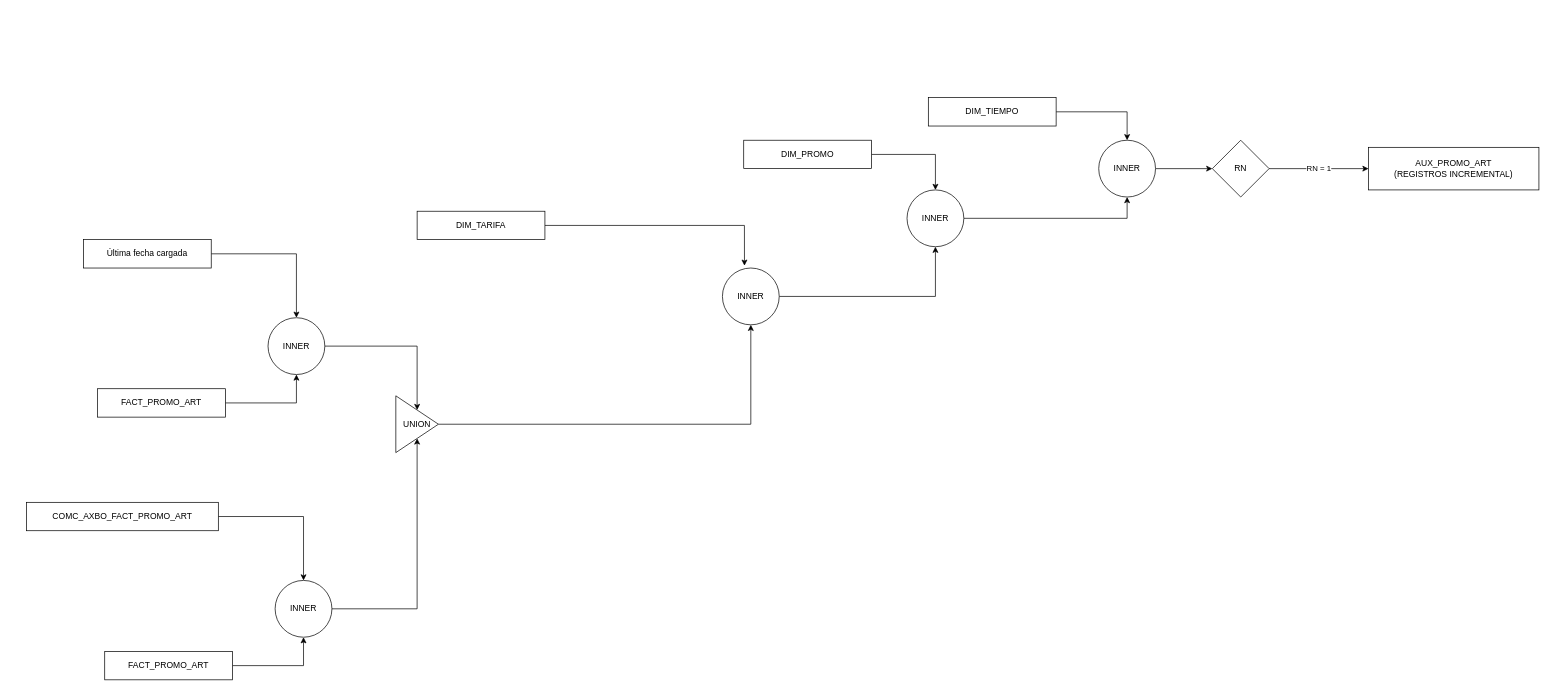
Before: AUX_PROMO_PL.drawio in efmpacheco/DIAGRAMS, a draw.io diagram. Source tidied: cells renumbered, new cells numbered last; positions are measured from the earlier drawing's top-left corner, leaving out a move shared by most shapes. Both pictures are drawn from the tidied source at 71%, with x=0, y=0 at pixel (26, 97).
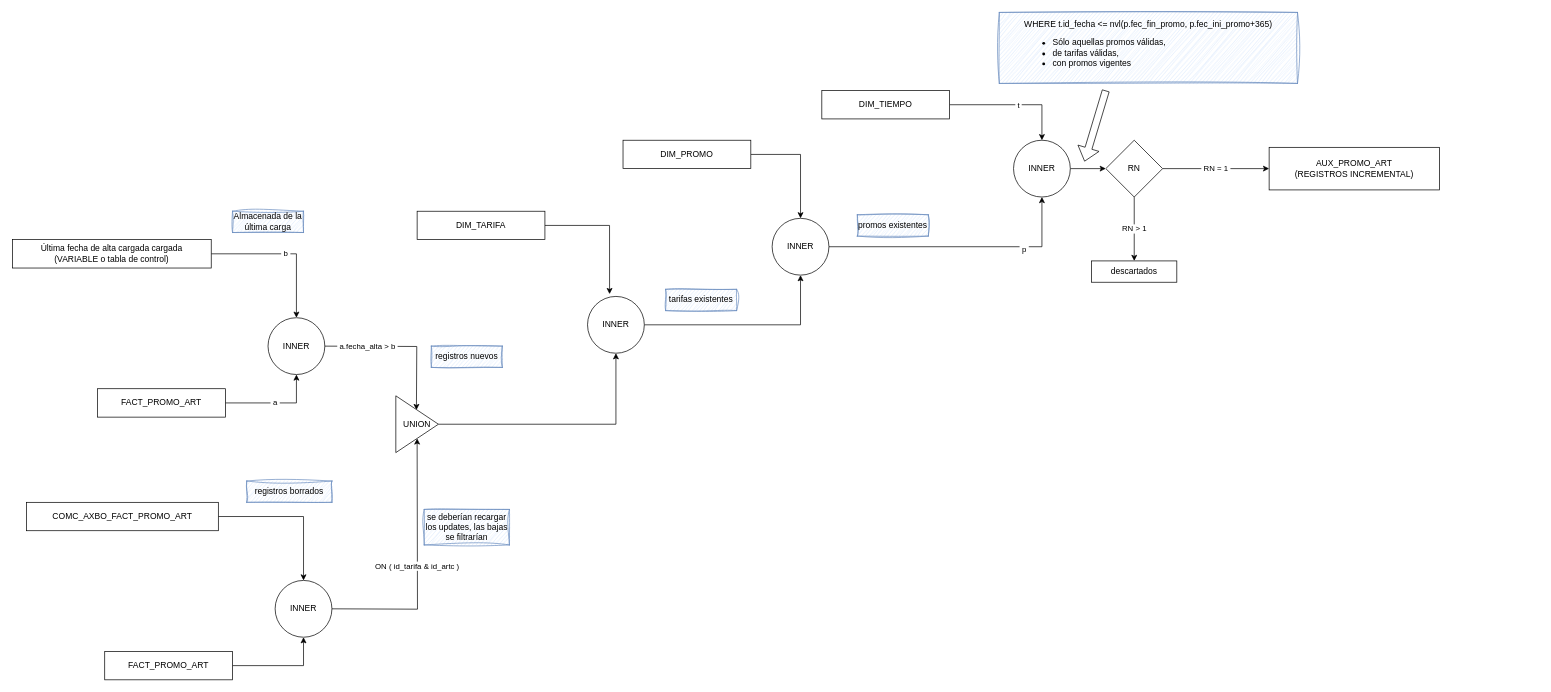
After the change.

The change refers to these unchanged cells:
```xml
<mxCell id="5" value="FACT_PROMO_ART" style="rounded=0;whiteSpace=wrap;html=1;" parent="1" vertex="1">
  <mxGeometry x="100" y="410" width="180" height="40" as="geometry" />
</mxCell>
<mxCell id="7" value="INNER" style="ellipse;whiteSpace=wrap;html=1;" parent="1" vertex="1">
  <mxGeometry x="340" y="310" width="80" height="80" as="geometry" />
</mxCell>
<mxCell id="13" value="INNER" style="ellipse;whiteSpace=wrap;html=1;" parent="1" vertex="1">
  <mxGeometry x="350" y="680" width="80" height="80" as="geometry" />
</mxCell>
<mxCell id="15" value="UNION" style="triangle;whiteSpace=wrap;html=1;" parent="1" vertex="1">
  <mxGeometry x="520" y="420" width="60" height="80" as="geometry" />
</mxCell>
<mxCell id="20" style="edgeStyle=orthogonalEdgeStyle;rounded=0;jettySize=auto;html=1;entryX=0.5;entryY=1;entryDx=0;entryDy=0;" parent="1" edge="1" source="21" target="27">
  <mxGeometry relative="1" as="geometry" />
</mxCell>
<mxCell id="24" style="edgeStyle=orthogonalEdgeStyle;rounded=0;jettySize=auto;html=1;entryX=0.5;entryY=0;entryDx=0;entryDy=0;" parent="1" edge="1" source="25" target="27">
  <mxGeometry relative="1" as="geometry" />
</mxCell>
```

Change to the diagram source:
```diff
@@
-    <mxCell id="2" style="edgeStyle=orthogonalEdgeStyle;rounded=0;jettySize=auto;html=1;entryX=0.5;entryY=0;entryDx=0;entryDy=0;" parent="1" edge="1" source="3" target="7">
+    <mxCell id="2" value="&amp;nbsp;b&amp;nbsp;" style="edgeStyle=orthogonalEdgeStyle;rounded=0;jettySize=auto;html=1;entryX=0.5;entryY=0;entryDx=0;entryDy=0;" parent="1" edge="1" source="3" target="7">
       <mxGeometry relative="1" as="geometry" />
     </mxCell>
-    <mxCell id="3" value="Última fecha cargada" style="rounded=0;whiteSpace=wrap;html=1;" parent="1" vertex="1">
-      <mxGeometry x="80" y="200" width="180" height="40" as="geometry" />
+    <mxCell id="3" value="Última fecha de alta cargada cargada&lt;br&gt;(VARIABLE o tabla de control)" style="rounded=0;whiteSpace=wrap;html=1;" parent="1" vertex="1">
+      <mxGeometry x="-20" y="200" width="280" height="40" as="geometry" />
     </mxCell>
-    <mxCell id="4" style="edgeStyle=orthogonalEdgeStyle;rounded=0;jettySize=auto;html=1;entryX=0.5;entryY=1;entryDx=0;entryDy=0;" parent="1" edge="1" source="5" target="7">
+    <mxCell id="4" value="&amp;nbsp;a&amp;nbsp;" style="edgeStyle=orthogonalEdgeStyle;rounded=0;jettySize=auto;html=1;entryX=0.5;entryY=1;entryDx=0;entryDy=0;" parent="1" edge="1" source="5" target="7">
       <mxGeometry relative="1" as="geometry" />
     </mxCell>
@@
-    <mxCell id="6" style="edgeStyle=orthogonalEdgeStyle;rounded=0;jettySize=auto;html=1;" parent="1" edge="1" source="7" target="15">
-      <mxGeometry relative="1" as="geometry" />
+    <mxCell id="6" value="&amp;nbsp;a.fecha_alta &amp;gt; b&amp;nbsp;" style="edgeStyle=orthogonalEdgeStyle;rounded=0;orthogonalLoop=1;jettySize=auto;html=1;" parent="1" edge="1">
+      <mxGeometry x="-0.45" relative="1" as="geometry">
+        <mxPoint x="419" y="350" as="sourcePoint" />
+        <mxPoint x="549" y="440" as="targetPoint" />
+      </mxGeometry>
     </mxCell>
@@
-    <mxCell id="12" style="edgeStyle=orthogonalEdgeStyle;rounded=0;jettySize=auto;html=1;" parent="1" edge="1" source="13" target="15">
-      <mxGeometry relative="1" as="geometry" />
+    <mxCell id="12" value="ON ( id_tarifa &amp;amp;&amp;nbsp;id_artc )" style="edgeStyle=orthogonalEdgeStyle;rounded=0;orthogonalLoop=1;jettySize=auto;html=1;" parent="1" edge="1">
+      <mxGeometry relative="1" as="geometry">
+        <mxPoint x="430" y="720" as="sourcePoint" />
+        <mxPoint x="550" y="480" as="targetPoint" />
+      </mxGeometry>
     </mxCell>
@@
     <mxCell id="19" value="INNER" style="ellipse;whiteSpace=wrap;html=1;" parent="1" vertex="1">
-      <mxGeometry x="980" y="240" width="80" height="80" as="geometry" />
+      <mxGeometry x="790" y="280" width="80" height="80" as="geometry" />
     </mxCell>
@@
+    <mxCell id="31" value="&amp;nbsp;p&amp;nbsp;" style="edgeLabel;html=1;align=center;verticalAlign=middle;" parent="20" vertex="1">
+      <mxGeometry x="0.48" y="-3" relative="1" as="geometry" />
+    </mxCell>
     <mxCell id="21" value="INNER" style="ellipse;whiteSpace=wrap;html=1;" parent="1" vertex="1">
-      <mxGeometry x="1240" y="130" width="80" height="80" as="geometry" />
+      <mxGeometry x="1050" y="170" width="80" height="80" as="geometry" />
     </mxCell>
@@
     <mxCell id="23" value="DIM_PROMO" style="rounded=0;whiteSpace=wrap;html=1;" parent="1" vertex="1">
-      <mxGeometry x="1010" y="60" width="180" height="40" as="geometry" />
+      <mxGeometry x="840" y="60" width="180" height="40" as="geometry" />
     </mxCell>
@@
+    <mxCell id="32" value="&amp;nbsp;t&amp;nbsp;" style="edgeLabel;html=1;align=center;verticalAlign=middle;" parent="24" vertex="1">
+      <mxGeometry x="0.07" relative="1" as="geometry" />
+    </mxCell>
     <mxCell id="25" value="DIM_TIEMPO" style="rounded=0;whiteSpace=wrap;html=1;" parent="1" vertex="1">
-      <mxGeometry x="1270" width="180" height="40" as="geometry" />
+      <mxGeometry x="1120" y="-10" width="180" height="40" as="geometry" />
     </mxCell>
@@
     <mxCell id="27" value="INNER" style="ellipse;whiteSpace=wrap;html=1;" parent="1" vertex="1">
-      <mxGeometry x="1510" y="60" width="80" height="80" as="geometry" />
+      <mxGeometry x="1390" y="60" width="80" height="80" as="geometry" />
     </mxCell>
-    <mxCell id="28" value="RN = 1" style="edgeStyle=orthogonalEdgeStyle;rounded=0;jettySize=auto;html=1;entryX=0;entryY=0.5;entryDx=0;entryDy=0;" parent="1" edge="1" source="29" target="30">
+    <mxCell id="28" value="&amp;nbsp;RN = 1&amp;nbsp;" style="edgeStyle=orthogonalEdgeStyle;rounded=0;jettySize=auto;html=1;entryX=0;entryY=0.5;entryDx=0;entryDy=0;" parent="1" edge="1" source="29" target="30">
       <mxGeometry relative="1" as="geometry" />
     </mxCell>
+    <mxCell id="33" value="&amp;nbsp;RN &amp;gt; 1&amp;nbsp;" style="edgeStyle=orthogonalEdgeStyle;rounded=0;jettySize=auto;html=1;" parent="1" edge="1" source="29" target="40">
+      <mxGeometry relative="1" as="geometry" />
+    </mxCell>
     <mxCell id="29" value="RN" style="rhombus;whiteSpace=wrap;html=1;" parent="1" vertex="1">
-      <mxGeometry x="1670" y="60" width="80" height="80" as="geometry" />
+      <mxGeometry x="1520" y="60" width="80" height="80" as="geometry" />
     </mxCell>
     <mxCell id="30" value="AUX_PROMO_ART &lt;br&gt;(REGISTROS INCREMENTAL)" style="rounded=0;whiteSpace=wrap;html=1;" parent="1" vertex="1">
-      <mxGeometry x="1890" y="70" width="240" height="60" as="geometry" />
+      <mxGeometry x="1750" y="70" width="240" height="60" as="geometry" />
     </mxCell>
+    <mxCell id="34" value="Almacenada de la última carga" style="text;html=1;strokeColor=#6c8ebf;fillColor=#dae8fc;align=center;verticalAlign=middle;whiteSpace=wrap;rounded=0;sketch=1;curveFitting=1;jiggle=2;" parent="1" vertex="1">
+      <mxGeometry x="290" y="160" width="100" height="30" as="geometry" />
+    </mxCell>
+    <mxCell id="35" value="registros nuevos" style="text;html=1;strokeColor=#6c8ebf;fillColor=#dae8fc;align=center;verticalAlign=middle;whiteSpace=wrap;rounded=0;sketch=1;curveFitting=1;jiggle=2;" parent="1" vertex="1">
+      <mxGeometry x="570" y="350" width="100" height="30" as="geometry" />
+    </mxCell>
+    <mxCell id="36" value="registros borrados" style="text;html=1;strokeColor=#6c8ebf;fillColor=#dae8fc;align=center;verticalAlign=middle;whiteSpace=wrap;rounded=0;sketch=1;curveFitting=1;jiggle=2;" parent="1" vertex="1">
+      <mxGeometry x="310" y="540" width="120" height="30" as="geometry" />
+    </mxCell>
+    <mxCell id="37" value="se deberían recargar los updates, las bajas se filtrarían" style="text;html=1;strokeColor=#6c8ebf;fillColor=#dae8fc;align=center;verticalAlign=middle;whiteSpace=wrap;rounded=0;sketch=1;curveFitting=1;jiggle=2;" parent="1" vertex="1">
+      <mxGeometry x="560" y="580" width="120" height="50" as="geometry" />
+    </mxCell>
+    <mxCell id="38" value="tarifas existentes" style="text;html=1;strokeColor=#6c8ebf;fillColor=#dae8fc;align=center;verticalAlign=middle;whiteSpace=wrap;rounded=0;sketch=1;curveFitting=1;jiggle=2;" parent="1" vertex="1">
+      <mxGeometry x="900" y="270" width="100" height="30" as="geometry" />
+    </mxCell>
+    <mxCell id="39" value="promos existentes" style="text;html=1;strokeColor=#6c8ebf;fillColor=#dae8fc;align=center;verticalAlign=middle;whiteSpace=wrap;rounded=0;sketch=1;curveFitting=1;jiggle=2;" parent="1" vertex="1">
+      <mxGeometry x="1170" y="165" width="100" height="30" as="geometry" />
+    </mxCell>
+    <mxCell id="40" value="descartados" style="whiteSpace=wrap;html=1;" parent="1" vertex="1">
+      <mxGeometry x="1500" y="230" width="120" height="30" as="geometry" />
+    </mxCell>
+    <mxCell id="41" value="WHERE t.id_fecha &amp;lt;= nvl(p.fec_fin_promo, p.fec_ini_promo+365)&lt;br&gt;&lt;ul&gt;&lt;li style=&quot;text-align: left;&quot;&gt;Sólo aquellas promos válidas,&amp;nbsp;&lt;/li&gt;&lt;li style=&quot;text-align: left;&quot;&gt;de tarifas válidas,&amp;nbsp;&lt;/li&gt;&lt;li style=&quot;text-align: left;&quot;&gt;con promos vigentes&lt;/li&gt;&lt;/ul&gt;" style="text;html=1;strokeColor=#6c8ebf;fillColor=#dae8fc;align=center;verticalAlign=middle;whiteSpace=wrap;rounded=0;sketch=1;curveFitting=1;jiggle=2;" parent="1" vertex="1">
+      <mxGeometry x="1370" y="-120" width="420" height="100" as="geometry" />
+    </mxCell>
+    <mxCell id="42" style="shape=flexArrow;endArrow=classic;html=1;rounded=0;" parent="1" edge="1">
+      <mxGeometry relative="1" as="geometry">
+        <mxPoint x="1520" y="-10" as="sourcePoint" />
+        <mxPoint x="1490" y="90" as="targetPoint" />
+      </mxGeometry>
+    </mxCell>
```
